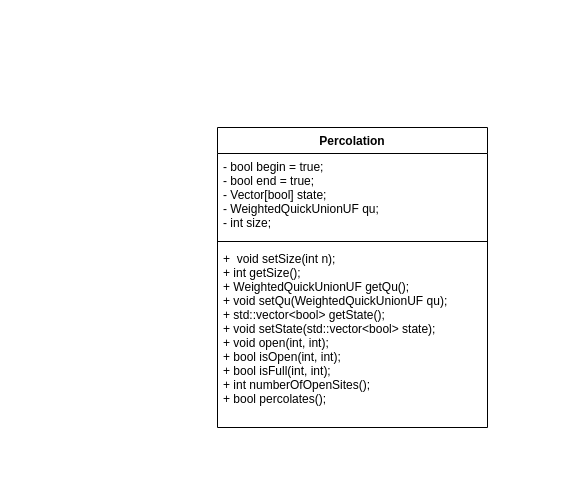
Above: Untitled Diagram.drawio in PinzonHarker/ProyectoIntermedioHC-2022-1 (draw.io), before the change. Source tidied: cells renumbered, new cells numbered last; positions are measured from the earlier drawing's top-left corner, leaving out a move shared by most shapes. Both pictures are drawn from the tidied source at 100%, with x=0, y=0 at pixel (217, 127).
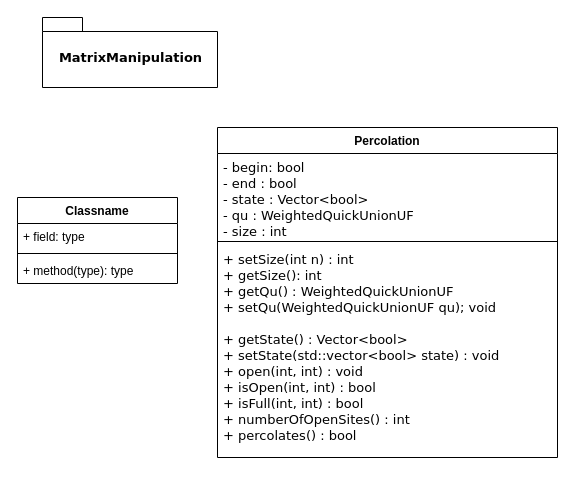
Above is the later version.

The edit, as a diff of the source:
```diff
@@
 <mxGraphModel>
   <root>
     <mxCell id="0" />
     <mxCell id="1" parent="0" />
     <mxCell id="2" value="Percolation&#10;" style="swimlane;fontStyle=1;align=center;verticalAlign=top;horizontal=1;startSize=26;" parent="1" vertex="1">
-      <mxGeometry width="270" height="300" as="geometry" />
+      <mxGeometry width="340" height="330" as="geometry" />
     </mxCell>
-    <mxCell id="3" value="- bool begin = true;&#10;- bool end = true;&#10;- Vector[bool] state;&#10;- WeightedQuickUnionUF qu;&#10;- int size;" style="text;strokeColor=none;fillColor=none;align=left;verticalAlign=top;spacingLeft=4;spacingRight=4;overflow=hidden;" parent="2" vertex="1">
-      <mxGeometry y="26" width="270" height="84" as="geometry" />
+    <mxCell id="3" value="- begin: bool  &#10;- end : bool &#10;- state : Vector&lt;bool&gt;&#10;- qu : WeightedQuickUnionUF&#10;- size : int " style="text;strokeColor=none;fillColor=none;align=left;verticalAlign=top;spacingLeft=4;spacingRight=4;overflow=hidden;fontFamily=Verdana;fontSize=13;" parent="2" vertex="1">
+      <mxGeometry y="26" width="340" height="84" as="geometry" />
     </mxCell>
     <mxCell id="4" style="line;strokeWidth=1;fillColor=none;align=left;verticalAlign=middle;spacingTop=-1;spacingLeft=3;spacingRight=3;labelPosition=right;" parent="2" vertex="1">
-      <mxGeometry y="110" width="270" height="8" as="geometry" />
+      <mxGeometry y="110" width="340" height="8" as="geometry" />
     </mxCell>
-    <mxCell id="5" value="+  void setSize(int n);&#10;+ int getSize();&#10;+ WeightedQuickUnionUF getQu();&#10;+ void setQu(WeightedQuickUnionUF qu);&#10;+ std::vector&lt;bool&gt; getState();&#10;+ void setState(std::vector&lt;bool&gt; state);&#10;+ void open(int, int);&#10;+ bool isOpen(int, int);&#10;+ bool isFull(int, int);&#10;+ int numberOfOpenSites();&#10;+ bool percolates();" style="text;strokeColor=none;fillColor=none;align=left;verticalAlign=top;spacingLeft=4;spacingRight=4;overflow=hidden;" parent="2" vertex="1">
-      <mxGeometry y="118" width="270" height="182" as="geometry" />
+    <mxCell id="5" value="+ setSize(int n) : int &#10;+ getSize(): int&#10;+ getQu() : WeightedQuickUnionUF&#10;+ setQu(WeightedQuickUnionUF qu); void &#10;&#10;+ getState() : Vector&lt;bool&gt;&#10;+ setState(std::vector&lt;bool&gt; state) : void &#10;+ open(int, int) : void &#10;+ isOpen(int, int) : bool &#10;+ isFull(int, int) : bool &#10;+ numberOfOpenSites() : int &#10;+ percolates() : bool " style="text;strokeColor=none;fillColor=none;align=left;verticalAlign=top;spacingLeft=4;spacingRight=4;overflow=hidden;fontSize=13;fontFamily=Verdana;" parent="2" vertex="1">
+      <mxGeometry y="118" width="340" height="212" as="geometry" />
     </mxCell>
+    <mxCell id="6" value="Classname" style="swimlane;fontStyle=1;align=center;verticalAlign=top;horizontal=1;startSize=26;" parent="1" vertex="1">
+      <mxGeometry x="-200" y="70" width="160" height="86" as="geometry" />
+    </mxCell>
+    <mxCell id="7" value="+ field: type" style="text;strokeColor=none;fillColor=none;align=left;verticalAlign=top;spacingLeft=4;spacingRight=4;overflow=hidden;" parent="6" vertex="1">
+      <mxGeometry y="26" width="160" height="26" as="geometry" />
+    </mxCell>
+    <mxCell id="8" style="line;strokeWidth=1;fillColor=none;align=left;verticalAlign=middle;spacingTop=-1;spacingLeft=3;spacingRight=3;labelPosition=right;" parent="6" vertex="1">
+      <mxGeometry y="52" width="160" height="8" as="geometry" />
+    </mxCell>
+    <mxCell id="9" value="+ method(type): type" style="text;strokeColor=none;fillColor=none;align=left;verticalAlign=top;spacingLeft=4;spacingRight=4;overflow=hidden;" parent="6" vertex="1">
+      <mxGeometry y="60" width="160" height="26" as="geometry" />
+    </mxCell>
+    <mxCell id="10" value="MatrixManipulation" style="shape=folder;fontStyle=1;spacingTop=10;tabWidth=40;tabHeight=14;tabPosition=left;html=1;fontFamily=Verdana;fontSize=13;" parent="1" vertex="1">
+      <mxGeometry x="-175" y="-110" width="175" height="70" as="geometry" />
+    </mxCell>
   </root>
 </mxGraphModel>
```
